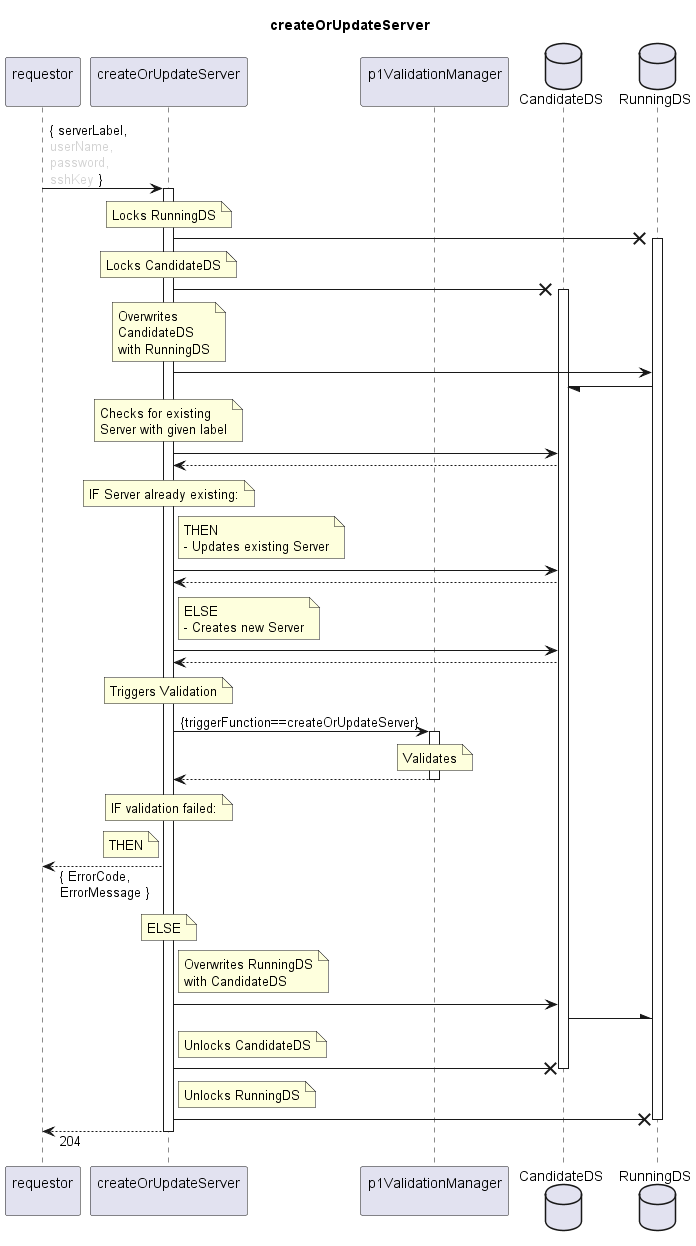
openBackhaul/FirmWareManager keeps this PlantUML diagram as spec/Services/createOrUpdateServer/1.0.0/createOrUpdateServer.png. Above is the earlier version.
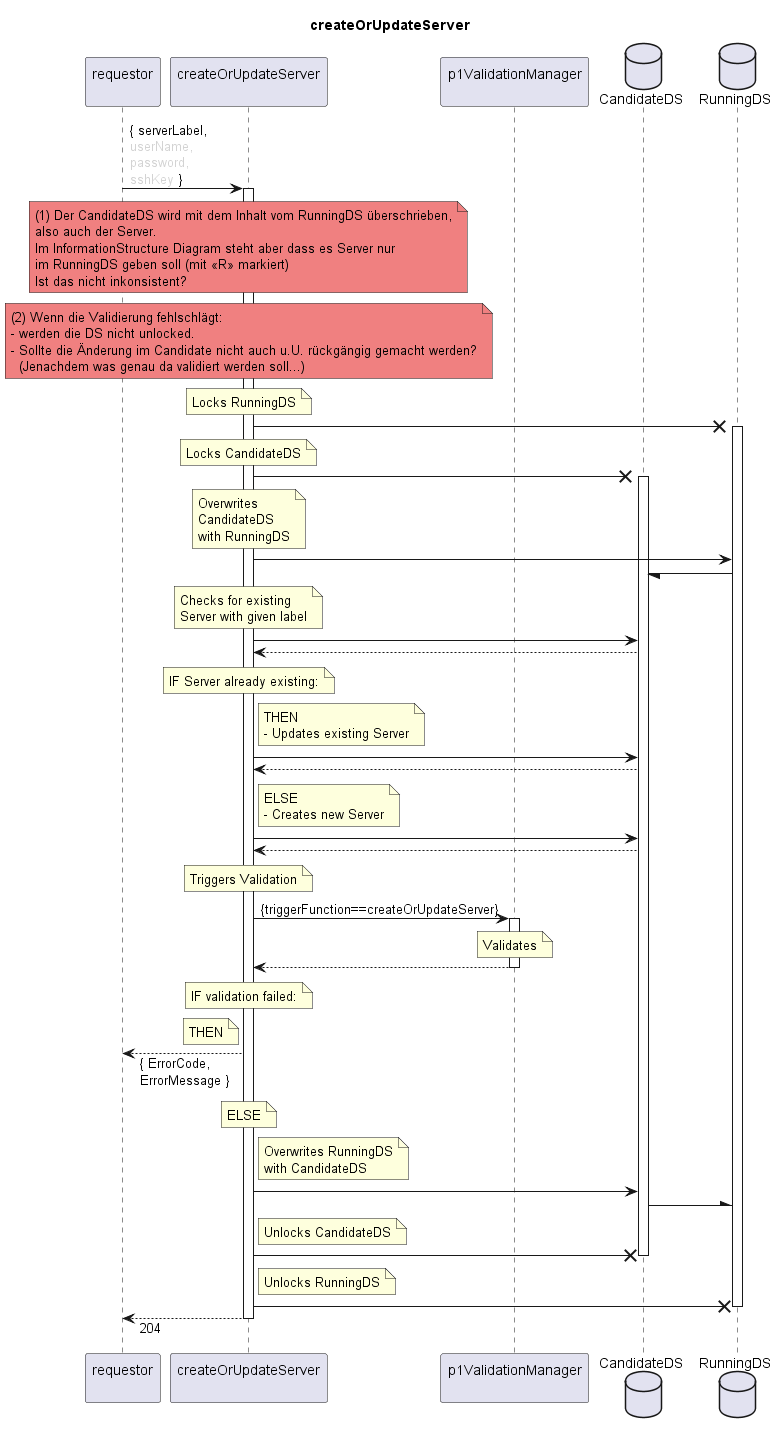
Above is the later version.

Diff of the diagram source:
```diff
@@ -13,6 +13,20 @@
 
 requestor -> couServer: { serverLabel,\n<color:LightGray>userName,\n<color:LightGray>password,\n<color:LightGray>sshKey</color> }
 activate couServer
+
+  note over couServer #LightCoral
+    (1) Der CandidateDS wird mit dem Inhalt vom RunningDS überschrieben,
+    also auch der Server.
+    Im InformationStructure Diagram steht aber dass es Server nur
+    im RunningDS geben soll (mit <<R>> markiert)
+    Ist das nicht inkonsistent?
+  end note
+  note over couServer #LightCoral
+    (2) Wenn die Validierung fehlschlägt:
+    - werden die DS nicht unlocked.
+    - Sollte die Änderung im Candidate nicht auch u.U. rückgängig gemacht werden?
+      (Jenachdem was genau da validiert werden soll...)
+  end note
 
   note over couServer
     Locks RunningDS
```
